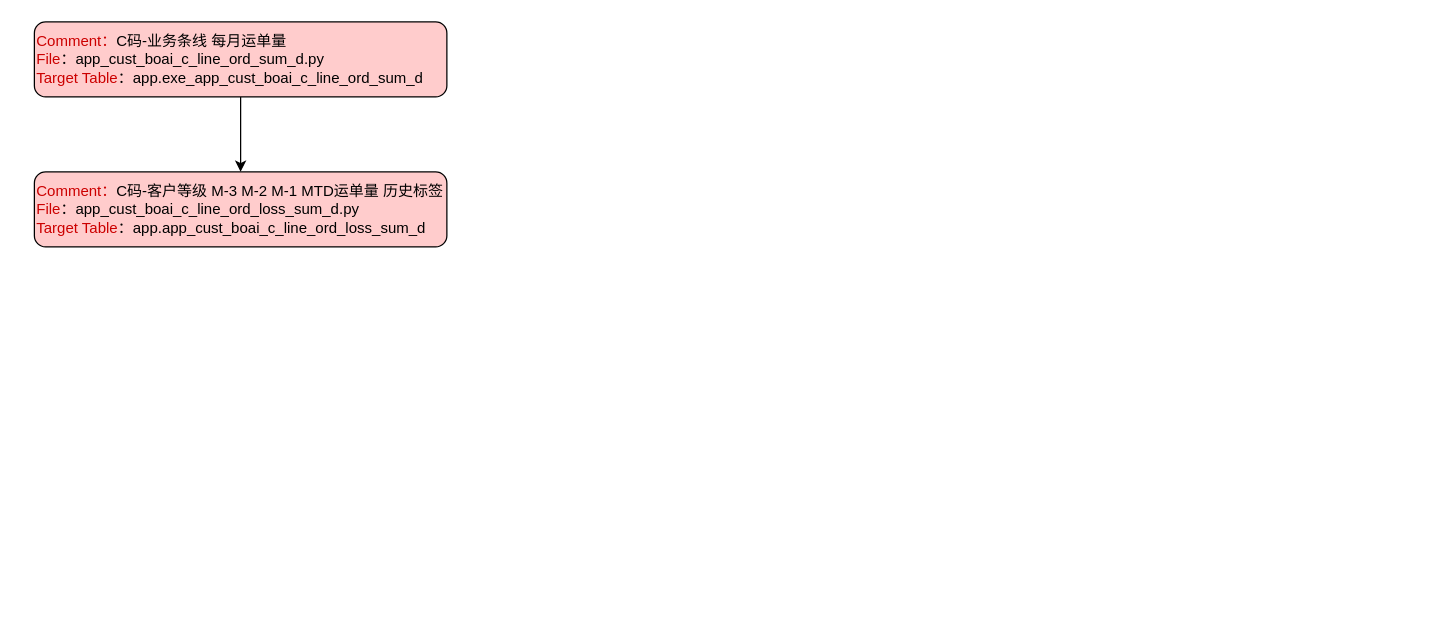
Earlier version of the draw.io diagram 流失促活.drawio (tristayan/ck). Source tidied: cells renumbered, new cells numbered last; positions are measured from the earlier drawing's top-left corner, leaving out a move shared by most shapes. Both pictures are drawn from the tidied source at 125%, with x=0, y=0 at pixel (34, 21).
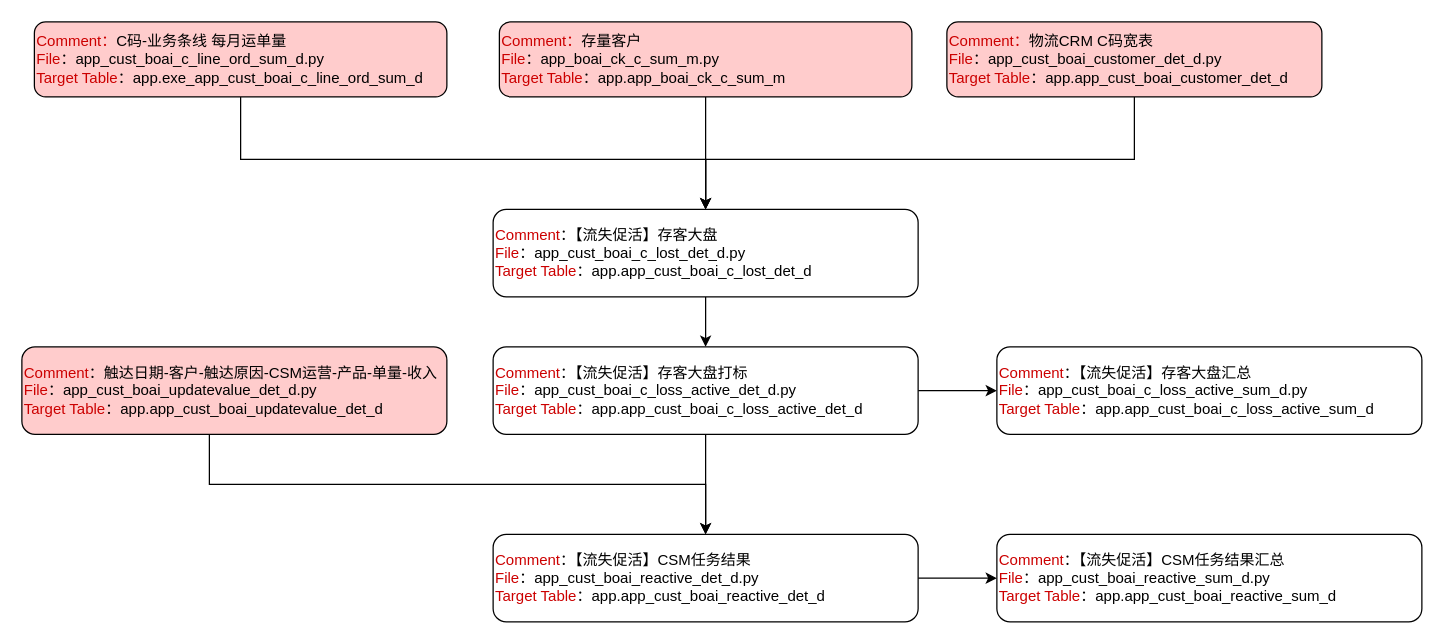
Above is the later version.

Commit message:
更新流失促活.drawio

Unchanged cells that the change refers to:
```xml
<mxCell id="3" value="&lt;font color=&quot;#cc0000&quot;&gt;Comment：&lt;/font&gt;C码-业务条线 每月运单量&lt;font color=&quot;#cc0000&quot;&gt;&lt;br&gt;&lt;/font&gt;&lt;font color=&quot;#cc0000&quot;&gt;File&lt;/font&gt;：app_cust_boai_c_line_ord_sum_d&lt;span style=&quot;background-color: initial;&quot;&gt;.py&lt;/span&gt;&lt;br&gt;&lt;font color=&quot;#cc0000&quot;&gt;Target Table&lt;/font&gt;：app.exe_app_cust_boai_c_line_ord_sum_d" style="rounded=1;whiteSpace=wrap;html=1;align=left;fillColor=#FFCCCC;" parent="1" vertex="1">
  <mxGeometry width="330" height="60" as="geometry" />
</mxCell>
```

What changed in the source:
```diff
@@
-    <mxCell id="2" style="edgeStyle=orthogonalEdgeStyle;rounded=0;jettySize=auto;html=1;" parent="1" edge="1" source="3" target="4">
-      <mxGeometry relative="1" as="geometry" />
-    </mxCell>
+    <mxCell id="5" style="edgeStyle=orthogonalEdgeStyle;rounded=0;jettySize=auto;html=1;" parent="1" edge="1" source="3" target="11">
+      <mxGeometry relative="1" as="geometry">
+        <Array as="points">
+          <mxPoint x="165" y="110" />
+          <mxPoint x="537" y="110" />
+        </Array>
+      </mxGeometry>
+    </mxCell>
@@
-    <mxCell id="4" value="&lt;font color=&quot;#cc0000&quot;&gt;Comment：&lt;/font&gt;C码-客户等级 M-3 M-2 M-1 MTD运单量 历史标签&lt;font color=&quot;#cc0000&quot;&gt;&lt;br&gt;&lt;/font&gt;&lt;font color=&quot;#cc0000&quot;&gt;File&lt;/font&gt;：app_cust_boai_c_line_ord_loss_sum_d&lt;span style=&quot;background-color: initial;&quot;&gt;.py&lt;/span&gt;&lt;br&gt;&lt;font color=&quot;#cc0000&quot;&gt;Target Table&lt;/font&gt;：app.app_cust_boai_c_line_ord_loss_sum_d" style="rounded=1;whiteSpace=wrap;html=1;align=left;fillColor=#FFCCCC;" parent="1" vertex="1">
-      <mxGeometry y="120" width="330" height="60" as="geometry" />
-    </mxCell>
+    <mxCell id="6" style="edgeStyle=orthogonalEdgeStyle;rounded=0;jettySize=auto;html=1;entryX=0.5;entryY=0;entryDx=0;entryDy=0;" parent="1" edge="1" source="7" target="11">
+      <mxGeometry relative="1" as="geometry" />
+    </mxCell>
+    <mxCell id="7" value="&lt;font color=&quot;#cc0000&quot;&gt;Comment：&lt;/font&gt;存量客户&lt;font color=&quot;#cc0000&quot;&gt;&lt;br&gt;&lt;/font&gt;&lt;font color=&quot;#cc0000&quot;&gt;File&lt;/font&gt;：app_boai_ck_c_sum_m&lt;span style=&quot;background-color: initial;&quot;&gt;.py&lt;/span&gt;&lt;br&gt;&lt;font color=&quot;#cc0000&quot;&gt;Target Table&lt;/font&gt;：app.app_boai_ck_c_sum_m" style="rounded=1;whiteSpace=wrap;html=1;align=left;fillColor=#FFCCCC;" parent="1" vertex="1">
+      <mxGeometry x="372" width="330" height="60" as="geometry" />
+    </mxCell>
+    <mxCell id="8" style="edgeStyle=orthogonalEdgeStyle;rounded=0;jettySize=auto;html=1;entryX=0.5;entryY=0;entryDx=0;entryDy=0;" parent="1" edge="1" source="9" target="11">
+      <mxGeometry relative="1" as="geometry">
+        <Array as="points">
+          <mxPoint x="880" y="110" />
+          <mxPoint x="537" y="110" />
+        </Array>
+      </mxGeometry>
+    </mxCell>
+    <mxCell id="9" value="&lt;font color=&quot;#cc0000&quot;&gt;Comment：&lt;/font&gt;物流CRM C码宽表&lt;span&gt;&lt;/span&gt;&lt;font color=&quot;#cc0000&quot;&gt;&lt;br&gt;File&lt;/font&gt;：app_cust_boai_customer_det_d&lt;span style=&quot;background-color: initial;&quot;&gt;.py&lt;/span&gt;&lt;br&gt;&lt;font color=&quot;#cc0000&quot;&gt;Target Table&lt;/font&gt;：app.app_cust_boai_customer_det_d" style="rounded=1;whiteSpace=wrap;html=1;align=left;fillColor=#FFCCCC;" parent="1" vertex="1">
+      <mxGeometry x="730" width="300" height="60" as="geometry" />
+    </mxCell>
+    <mxCell id="10" style="edgeStyle=orthogonalEdgeStyle;rounded=0;jettySize=auto;html=1;entryX=0.5;entryY=0;entryDx=0;entryDy=0;" parent="1" edge="1" source="11" target="14">
+      <mxGeometry relative="1" as="geometry" />
+    </mxCell>
+    <mxCell id="11" value="&lt;font color=&quot;#cc0000&quot;&gt;Comment&lt;/font&gt;：【流失促活】存客大盘&lt;br&gt;&lt;font color=&quot;#cc0000&quot;&gt;File&lt;/font&gt;：app_cust_boai_c_lost_det_d&lt;span style=&quot;background-color: initial;&quot;&gt;.py&lt;/span&gt;&lt;br&gt;&lt;font color=&quot;#cc0000&quot;&gt;Target Table&lt;/font&gt;：app.app_cust_boai_c_lost_det_d" style="rounded=1;whiteSpace=wrap;html=1;align=left;" parent="1" vertex="1">
+      <mxGeometry x="367" y="150" width="340" height="70" as="geometry" />
+    </mxCell>
+    <mxCell id="12" style="edgeStyle=orthogonalEdgeStyle;rounded=0;jettySize=auto;html=1;entryX=0.5;entryY=0;entryDx=0;entryDy=0;" parent="1" edge="1" source="14" target="16">
+      <mxGeometry relative="1" as="geometry" />
+    </mxCell>
+    <mxCell id="13" style="edgeStyle=orthogonalEdgeStyle;rounded=0;jettySize=auto;html=1;exitX=1;exitY=0.5;exitDx=0;exitDy=0;entryX=0;entryY=0.5;entryDx=0;entryDy=0;" parent="1" edge="1" source="14" target="20">
+      <mxGeometry relative="1" as="geometry" />
+    </mxCell>
+    <mxCell id="14" value="&lt;font color=&quot;#cc0000&quot;&gt;Comment&lt;/font&gt;：【流失促活】存客大盘打标&lt;br&gt;&lt;font color=&quot;#cc0000&quot;&gt;File&lt;/font&gt;：app_cust_boai_c_loss_active_det_d&lt;span style=&quot;background-color: initial;&quot;&gt;.py&lt;/span&gt;&lt;br&gt;&lt;font color=&quot;#cc0000&quot;&gt;Target Table&lt;/font&gt;：app.app_cust_boai_c_loss_active_det_d" style="rounded=1;whiteSpace=wrap;html=1;align=left;" parent="1" vertex="1">
+      <mxGeometry x="367" y="260" width="340" height="70" as="geometry" />
+    </mxCell>
+    <mxCell id="15" style="edgeStyle=orthogonalEdgeStyle;rounded=0;jettySize=auto;html=1;" parent="1" edge="1" source="16" target="19">
+      <mxGeometry relative="1" as="geometry" />
+    </mxCell>
+    <mxCell id="16" value="&lt;font color=&quot;#cc0000&quot;&gt;Comment&lt;/font&gt;：【流失促活】CSM任务结果&lt;br&gt;&lt;font color=&quot;#cc0000&quot;&gt;File&lt;/font&gt;：app_cust_boai_reactive_det_d&lt;span style=&quot;background-color: initial;&quot;&gt;.py&lt;/span&gt;&lt;br&gt;&lt;font color=&quot;#cc0000&quot;&gt;Target Table&lt;/font&gt;：app.app_cust_boai_reactive_det_d" style="rounded=1;whiteSpace=wrap;html=1;align=left;" parent="1" vertex="1">
+      <mxGeometry x="367" y="410" width="340" height="70" as="geometry" />
+    </mxCell>
+    <mxCell id="17" style="edgeStyle=orthogonalEdgeStyle;rounded=0;jettySize=auto;html=1;entryX=0.5;entryY=0;entryDx=0;entryDy=0;" parent="1" edge="1" source="18" target="16">
+      <mxGeometry relative="1" as="geometry">
+        <Array as="points">
+          <mxPoint x="140" y="370" />
+          <mxPoint x="537" y="370" />
+        </Array>
+      </mxGeometry>
+    </mxCell>
+    <mxCell id="18" value="&lt;font color=&quot;#cc0000&quot;&gt;Comment&lt;/font&gt;：触达日期-客户-触达原因-CSM运营-产品-单量-收入&lt;br&gt;&lt;font color=&quot;#cc0000&quot;&gt;File&lt;/font&gt;：app_cust_boai_updatevalue_det_d&lt;span style=&quot;background-color: initial;&quot;&gt;.py&lt;/span&gt;&lt;br&gt;&lt;font color=&quot;#cc0000&quot;&gt;Target Table&lt;/font&gt;：app.app_cust_boai_updatevalue_det_d" style="rounded=1;whiteSpace=wrap;html=1;align=left;fillColor=#FFCCCC;" parent="1" vertex="1">
+      <mxGeometry x="-10" y="260" width="340" height="70" as="geometry" />
+    </mxCell>
+    <mxCell id="19" value="&lt;font color=&quot;#cc0000&quot;&gt;Comment&lt;/font&gt;：【流失促活】CSM任务结果汇总&lt;br&gt;&lt;font color=&quot;#cc0000&quot;&gt;File&lt;/font&gt;：app_cust_boai_reactive_sum_d&lt;span style=&quot;background-color: initial;&quot;&gt;.py&lt;/span&gt;&lt;br&gt;&lt;font color=&quot;#cc0000&quot;&gt;Target Table&lt;/font&gt;：app.app_cust_boai_reactive_sum_d" style="rounded=1;whiteSpace=wrap;html=1;align=left;" parent="1" vertex="1">
+      <mxGeometry x="770" y="410" width="340" height="70" as="geometry" />
+    </mxCell>
+    <mxCell id="20" value="&lt;font color=&quot;#cc0000&quot;&gt;Comment&lt;/font&gt;：【流失促活】存客大盘汇总&lt;br&gt;&lt;font color=&quot;#cc0000&quot;&gt;File&lt;/font&gt;：app_cust_boai_c_loss_active_sum_d&lt;span style=&quot;background-color: initial;&quot;&gt;.py&lt;/span&gt;&lt;br&gt;&lt;font color=&quot;#cc0000&quot;&gt;Target Table&lt;/font&gt;：app.app_cust_boai_c_loss_active_sum_d" style="rounded=1;whiteSpace=wrap;html=1;align=left;" parent="1" vertex="1">
+      <mxGeometry x="770" y="260" width="340" height="70" as="geometry" />
+    </mxCell>
```
